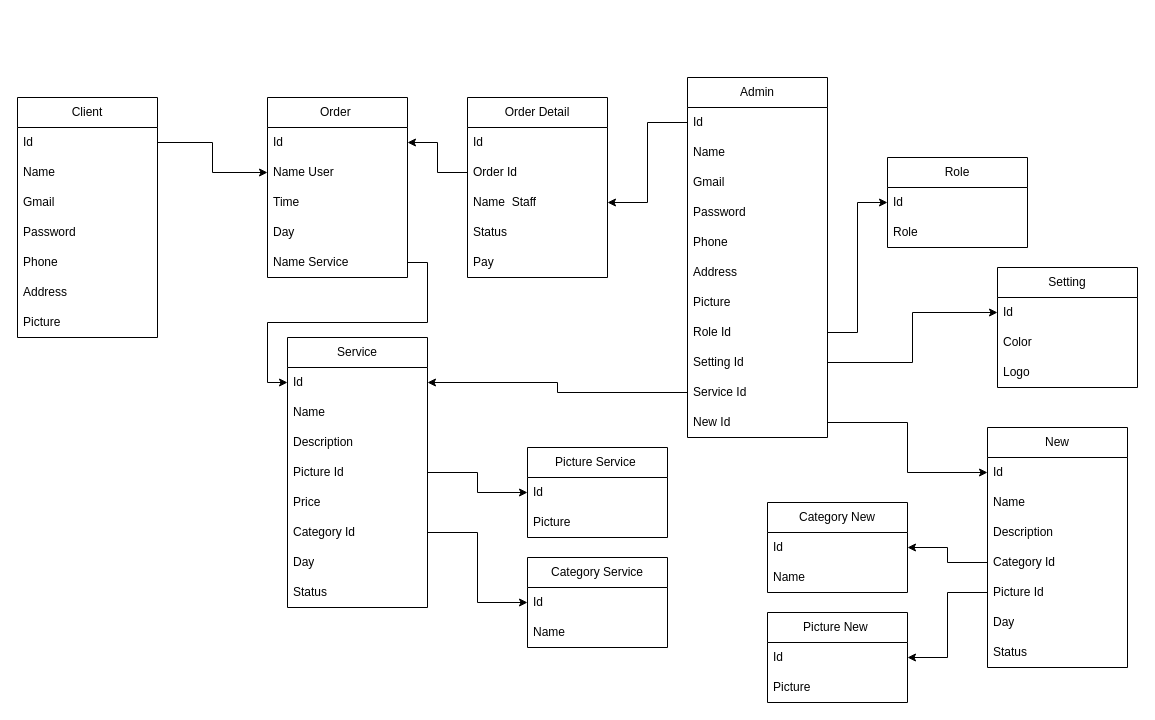
hai061898/diagrams keeps this draw.io diagram as Biểu đồ không có tiêu đề.drawio. Above is the earlier version. Source tidied: cells renumbered, new cells numbered last; positions are measured from the earlier drawing's top-left corner, leaving out a move shared by most shapes. Both pictures are drawn from the tidied source at 100%, with x=0, y=0 at pixel (17, 77).
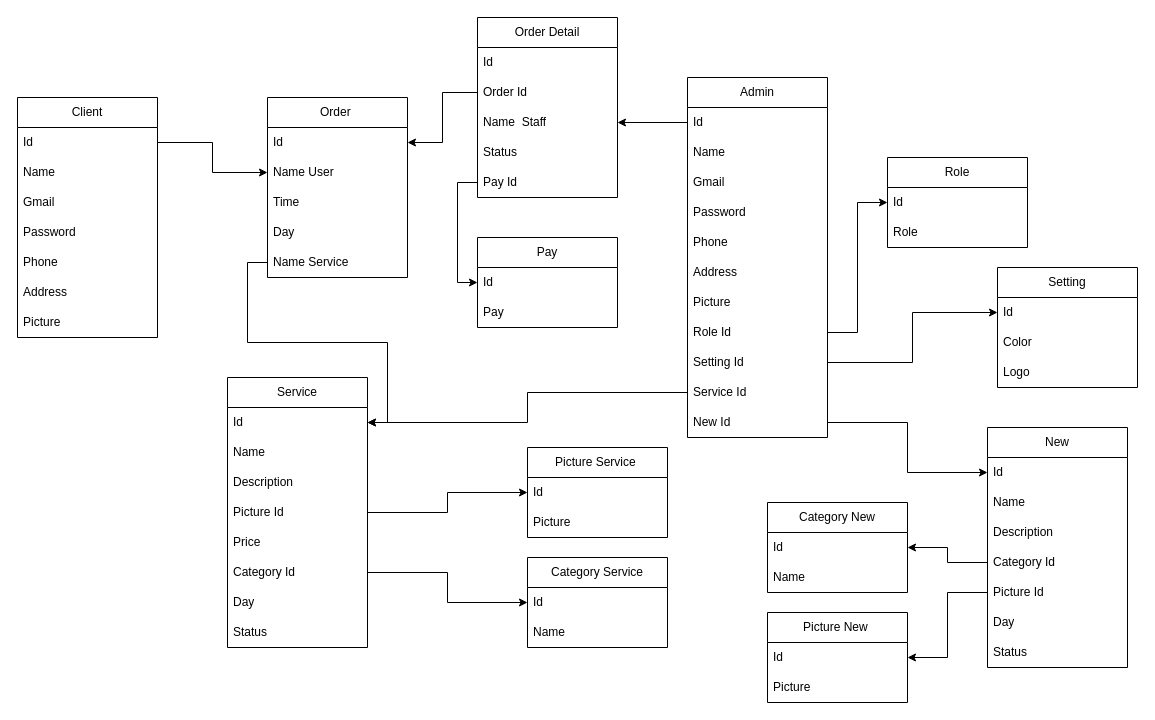
After the change.

What changed in the source:
```diff
@@
     <mxCell id="16" value="Service" style="swimlane;fontStyle=0;horizontal=1;startSize=30;whiteSpace=wrap;html=1;" parent="1" vertex="1">
-      <mxGeometry x="270" y="260" width="140" height="270" as="geometry" />
+      <mxGeometry x="210" y="300" width="140" height="270" as="geometry" />
     </mxCell>
@@
     <mxCell id="64" value="Order Detail" style="swimlane;fontStyle=0;horizontal=1;startSize=30;whiteSpace=wrap;html=1;" parent="1" vertex="1">
-      <mxGeometry x="450" y="20" width="140" height="180" as="geometry" />
+      <mxGeometry x="460" y="-60" width="140" height="180" as="geometry" />
     </mxCell>
@@
-    <mxCell id="69" value="Pay" style="text;strokeColor=none;fillColor=none;align=left;verticalAlign=middle;spacingLeft=4;spacingRight=4;overflow=hidden;points=[[0,0.5],[1,0.5]];portConstraint=eastwest;whiteSpace=wrap;html=1;" parent="64" vertex="1">
+    <mxCell id="69" value="Pay Id" style="text;strokeColor=none;fillColor=none;align=left;verticalAlign=middle;spacingLeft=4;spacingRight=4;overflow=hidden;points=[[0,0.5],[1,0.5]];portConstraint=eastwest;whiteSpace=wrap;html=1;" parent="64" vertex="1">
       <mxGeometry y="150" width="140" height="30" as="geometry" />
     </mxCell>
@@
+    <mxCell id="82" value="Pay" style="swimlane;fontStyle=0;horizontal=1;startSize=30;whiteSpace=wrap;html=1;" parent="1" vertex="1">
+      <mxGeometry x="460" y="160" width="140" height="90" as="geometry" />
+    </mxCell>
+    <mxCell id="83" value="Id" style="text;strokeColor=none;fillColor=none;align=left;verticalAlign=middle;spacingLeft=4;spacingRight=4;overflow=hidden;points=[[0,0.5],[1,0.5]];portConstraint=eastwest;whiteSpace=wrap;html=1;" parent="82" vertex="1">
+      <mxGeometry y="30" width="140" height="30" as="geometry" />
+    </mxCell>
+    <mxCell id="84" value="Pay" style="text;strokeColor=none;fillColor=none;align=left;verticalAlign=middle;spacingLeft=4;spacingRight=4;overflow=hidden;whiteSpace=wrap;html=1;" parent="82" vertex="1">
+      <mxGeometry y="60" width="140" height="30" as="geometry" />
+    </mxCell>
+    <mxCell id="85" style="edgeStyle=orthogonalEdgeStyle;rounded=0;jettySize=auto;html=1;entryX=0;entryY=0.5;entryDx=0;entryDy=0;" parent="1" edge="1" source="69" target="83">
+      <mxGeometry relative="1" as="geometry" />
+    </mxCell>
```
